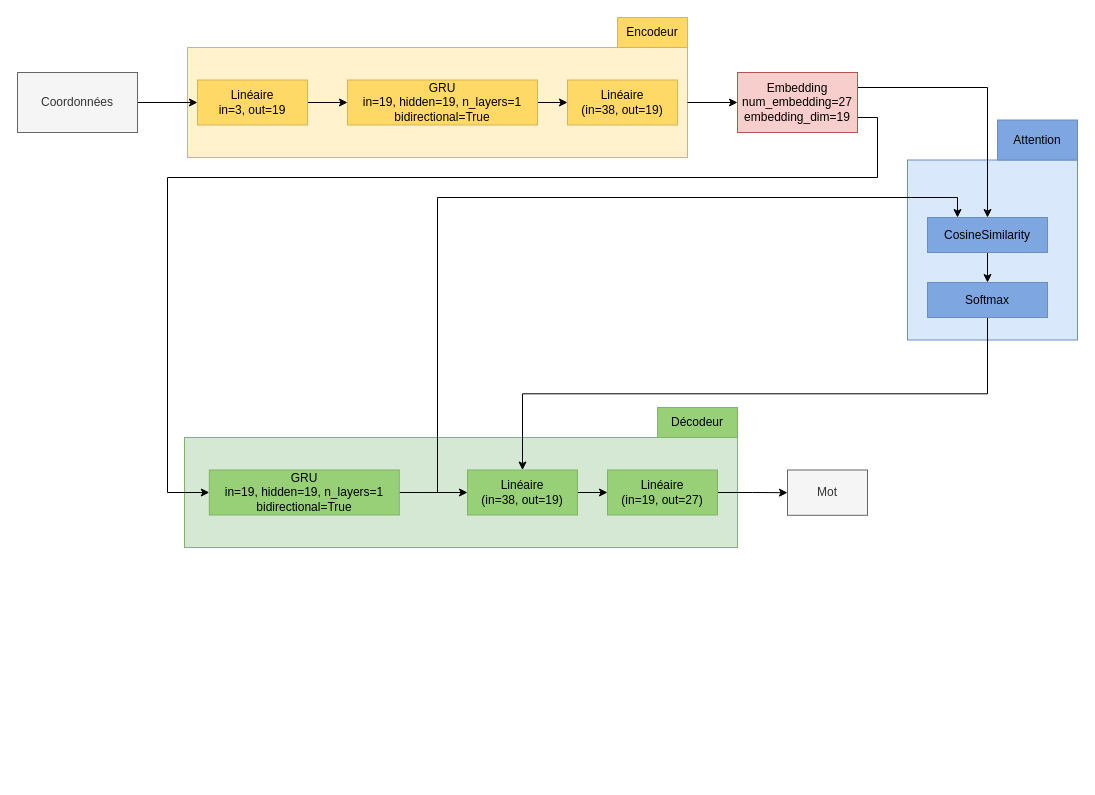
Before: schémabloc.drawio in MathiasGagnon/GRO722, a draw.io diagram. Source tidied: cells renumbered, new cells numbered last; positions are measured from the earlier drawing's top-left corner, leaving out a move shared by most shapes. Both pictures are drawn from the tidied source at 100%, with x=0, y=0 at pixel (17, 17).
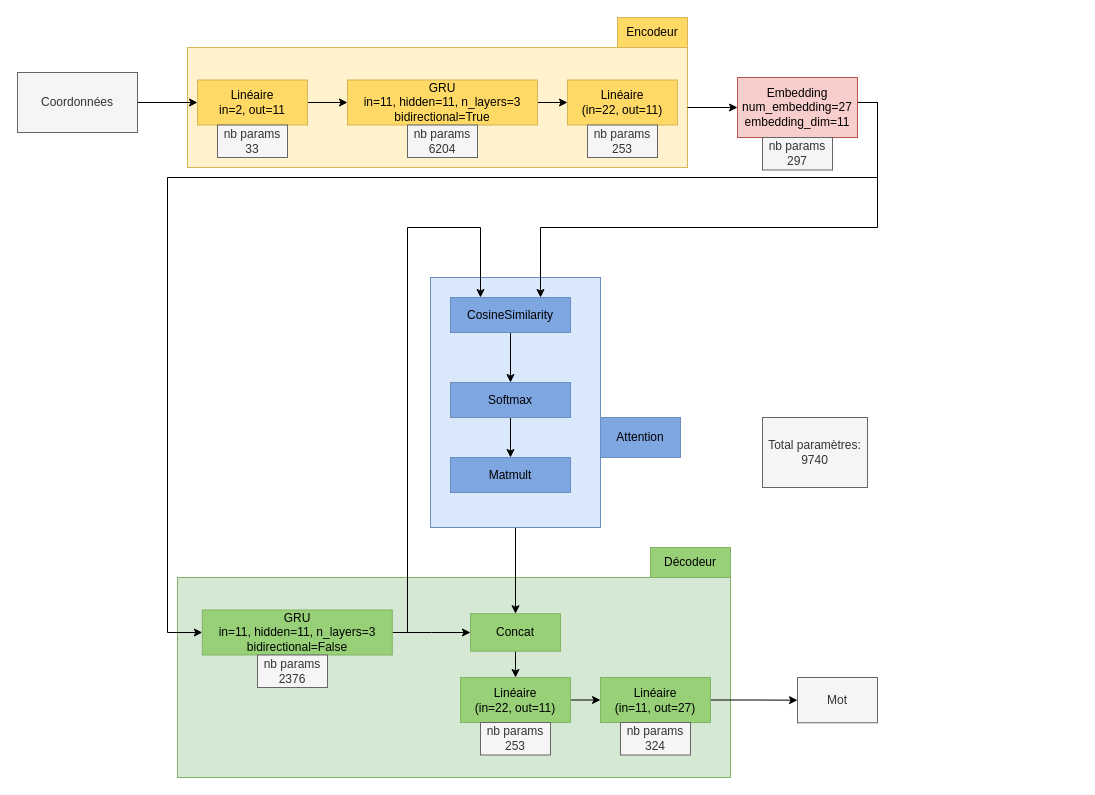
Above is the later version.

Diff of the diagram source:
```diff
@@
+    <mxCell id="6" style="rounded=0;whiteSpace=wrap;html=1;fillColor=#d5e8d4;strokeColor=#82b366;" parent="1" vertex="1">
+      <mxGeometry x="160" y="560" width="553" height="200" as="geometry" />
+    </mxCell>
+    <mxCell id="31" style="edgeStyle=orthogonalEdgeStyle;rounded=0;jettySize=auto;html=1;entryX=0.5;entryY=0;entryDx=0;entryDy=0;" parent="1" edge="1" source="2" target="35">
+      <mxGeometry relative="1" as="geometry" />
+    </mxCell>
     <mxCell id="2" style="rounded=0;whiteSpace=wrap;html=1;fillColor=#dae8fc;strokeColor=#6c8ebf;" parent="1" vertex="1">
-      <mxGeometry x="890" y="142.5" width="170" height="180" as="geometry" />
+      <mxGeometry x="413" y="260" width="170" height="250" as="geometry" />
     </mxCell>
@@
     <mxCell id="4" value="Décodeur" style="rounded=0;whiteSpace=wrap;html=1;strokeColor=#82b366;fillColor=#97D077;" parent="1" vertex="1">
-      <mxGeometry x="640" y="390" width="80" height="30" as="geometry" />
+      <mxGeometry x="633" y="530" width="80" height="30" as="geometry" />
     </mxCell>
     <mxCell id="5" style="rounded=0;whiteSpace=wrap;html=1;fillColor=#fff2cc;strokeColor=#d6b656;" parent="1" vertex="1">
-      <mxGeometry x="170" y="30" width="500" height="110" as="geometry" />
+      <mxGeometry x="170" y="30" width="500" height="120" as="geometry" />
     </mxCell>
-    <mxCell id="6" style="rounded=0;whiteSpace=wrap;html=1;fillColor=#d5e8d4;strokeColor=#82b366;" parent="1" vertex="1">
-      <mxGeometry x="167" y="420" width="553" height="110" as="geometry" />
-    </mxCell>
     <mxCell id="7" value="Attention" style="rounded=0;whiteSpace=wrap;html=1;strokeColor=#6c8ebf;fillColor=#7EA6E0;" parent="1" vertex="1">
-      <mxGeometry x="980" y="102.5" width="80" height="40" as="geometry" />
+      <mxGeometry x="583" y="400" width="80" height="40" as="geometry" />
     </mxCell>
@@
-    <mxCell id="9" value="Linéaire&lt;br&gt;in=3, out=19" style="rounded=0;whiteSpace=wrap;html=1;strokeColor=#d6b656;fillColor=#FFD966;" parent="1" vertex="1">
+    <mxCell id="9" value="Linéaire&lt;br&gt;in=2, out=11" style="rounded=0;whiteSpace=wrap;html=1;strokeColor=#d6b656;fillColor=#FFD966;" parent="1" vertex="1">
       <mxGeometry x="180" y="62.5" width="110" height="45" as="geometry" />
     </mxCell>
@@
-    <mxCell id="11" value="GRU&lt;br&gt;in=19, hidden=19, n_layers=1&lt;br&gt;bidirectional=True" style="rounded=0;whiteSpace=wrap;html=1;strokeColor=#d6b656;fillColor=#FFD966;" parent="1" vertex="1">
+    <mxCell id="11" value="GRU&lt;br&gt;in=11, hidden=11, n_layers=3&lt;br&gt;bidirectional=True" style="rounded=0;whiteSpace=wrap;html=1;strokeColor=#d6b656;fillColor=#FFD966;" parent="1" vertex="1">
       <mxGeometry x="330" y="62.5" width="190" height="45" as="geometry" />
     </mxCell>
-    <mxCell id="12" value="Linéaire&lt;br&gt;(in=38, out=19)" style="rounded=0;whiteSpace=wrap;html=1;strokeColor=#d6b656;fillColor=#FFD966;" parent="1" vertex="1">
+    <mxCell id="12" value="Linéaire&lt;br&gt;(in=22, out=11)" style="rounded=0;whiteSpace=wrap;html=1;strokeColor=#d6b656;fillColor=#FFD966;" parent="1" vertex="1">
       <mxGeometry x="550" y="62.5" width="110" height="45" as="geometry" />
     </mxCell>
@@
+    <mxCell id="15" style="edgeStyle=orthogonalEdgeStyle;rounded=0;jettySize=auto;html=1;exitX=1;exitY=0.5;exitDx=0;exitDy=0;entryX=0;entryY=0.5;entryDx=0;entryDy=0;" parent="1" edge="1" source="16" target="19">
+      <mxGeometry relative="1" as="geometry">
+        <Array as="points">
+          <mxPoint x="860" y="85" />
+          <mxPoint x="860" y="160" />
+          <mxPoint x="150" y="160" />
+          <mxPoint x="150" y="615" />
+        </Array>
+      </mxGeometry>
+    </mxCell>
-    <mxCell id="14" style="edgeStyle=orthogonalEdgeStyle;rounded=0;jettySize=auto;html=1;exitX=1;exitY=0.25;exitDx=0;exitDy=0;entryX=0.5;entryY=0;entryDx=0;entryDy=0;" parent="1" edge="1" source="16" target="25">
-      <mxGeometry relative="1" as="geometry" />
+    <mxCell id="14" style="edgeStyle=orthogonalEdgeStyle;rounded=0;jettySize=auto;html=1;exitX=1;exitY=0.5;exitDx=0;exitDy=0;entryX=0.75;entryY=0;entryDx=0;entryDy=0;" parent="1" edge="1" source="16" target="25">
+      <mxGeometry relative="1" as="geometry">
+        <Array as="points">
+          <mxPoint x="860" y="85" />
+          <mxPoint x="860" y="210" />
+          <mxPoint x="523" y="210" />
+        </Array>
+      </mxGeometry>
     </mxCell>
-    <mxCell id="15" style="edgeStyle=orthogonalEdgeStyle;rounded=0;jettySize=auto;html=1;exitX=1;exitY=0.75;exitDx=0;exitDy=0;entryX=0;entryY=0.5;entryDx=0;entryDy=0;" parent="1" edge="1" source="16" target="19">
-      <mxGeometry relative="1" as="geometry">
-        <Array as="points">
-          <mxPoint x="860" y="100" />
-          <mxPoint x="860" y="160" />
-          <mxPoint x="150" y="160" />
-          <mxPoint x="150" y="475" />
-        </Array>
-      </mxGeometry>
-    </mxCell>
-    <mxCell id="16" value="Embedding&lt;br&gt;num_embedding=27&lt;br&gt;embedding_dim=19" style="rounded=0;whiteSpace=wrap;html=1;fillColor=#f8cecc;strokeColor=#b85450;" parent="1" vertex="1">
-      <mxGeometry x="720" y="55" width="120" height="60" as="geometry" />
+    <mxCell id="16" value="Embedding&lt;br&gt;num_embedding=27&lt;br&gt;embedding_dim=11" style="rounded=0;whiteSpace=wrap;html=1;fillColor=#f8cecc;strokeColor=#b85450;" parent="1" vertex="1">
+      <mxGeometry x="720" y="60" width="120" height="60" as="geometry" />
     </mxCell>
-    <mxCell id="17" style="edgeStyle=orthogonalEdgeStyle;rounded=0;jettySize=auto;html=1;exitX=1;exitY=0.5;exitDx=0;exitDy=0;entryX=0;entryY=0.5;entryDx=0;entryDy=0;" parent="1" edge="1" source="19" target="21">
-      <mxGeometry relative="1" as="geometry" />
-    </mxCell>
     <mxCell id="18" style="edgeStyle=orthogonalEdgeStyle;rounded=0;jettySize=auto;html=1;exitX=1;exitY=0.5;exitDx=0;exitDy=0;entryX=0.25;entryY=0;entryDx=0;entryDy=0;" parent="1" edge="1" source="19" target="25">
       <mxGeometry relative="1" as="geometry">
         <Array as="points">
-          <mxPoint x="420" y="475" />
-          <mxPoint x="420" y="180" />
-          <mxPoint x="940" y="180" />
+          <mxPoint x="390" y="615" />
+          <mxPoint x="390" y="210" />
+          <mxPoint x="463" y="210" />
         </Array>
       </mxGeometry>
     </mxCell>
+    <mxCell id="32" style="edgeStyle=orthogonalEdgeStyle;rounded=0;jettySize=auto;html=1;exitX=1;exitY=0.5;exitDx=0;exitDy=0;" parent="1" edge="1" source="19" target="35">
+      <mxGeometry relative="1" as="geometry" />
+    </mxCell>
-    <mxCell id="19" value="GRU&lt;br&gt;in=19, hidden=19, n_layers=1&lt;br&gt;bidirectional=True" style="rounded=0;whiteSpace=wrap;html=1;strokeColor=#82b366;fillColor=#97D077;" parent="1" vertex="1">
-      <mxGeometry x="191.8" y="452.5" width="190" height="45" as="geometry" />
+    <mxCell id="19" value="GRU&lt;br&gt;in=11, hidden=11, n_layers=3&lt;br&gt;bidirectional=False" style="rounded=0;whiteSpace=wrap;html=1;strokeColor=#82b366;fillColor=#97D077;" parent="1" vertex="1">
+      <mxGeometry x="184.8" y="592.5" width="190" height="45" as="geometry" />
     </mxCell>
@@
-    <mxCell id="21" value="Linéaire&lt;br&gt;(in=38, out=19)" style="rounded=0;whiteSpace=wrap;html=1;strokeColor=#82b366;fillColor=#97D077;" parent="1" vertex="1">
-      <mxGeometry x="450" y="452.5" width="110" height="45" as="geometry" />
+    <mxCell id="21" value="Linéaire&lt;br&gt;(in=22, out=11)" style="rounded=0;whiteSpace=wrap;html=1;strokeColor=#82b366;fillColor=#97D077;" parent="1" vertex="1">
+      <mxGeometry x="443" y="660" width="110" height="45" as="geometry" />
     </mxCell>
@@
-    <mxCell id="23" value="Linéaire&lt;br&gt;(in=19, out=27)" style="rounded=0;whiteSpace=wrap;html=1;strokeColor=#82b366;fillColor=#97D077;" parent="1" vertex="1">
-      <mxGeometry x="590" y="452.5" width="110" height="45" as="geometry" />
+    <mxCell id="23" value="Linéaire&lt;br&gt;(in=11, out=27)" style="rounded=0;whiteSpace=wrap;html=1;strokeColor=#82b366;fillColor=#97D077;" parent="1" vertex="1">
+      <mxGeometry x="583" y="660" width="110" height="45" as="geometry" />
     </mxCell>
@@
     <mxCell id="25" value="CosineSimilarity" style="rounded=0;whiteSpace=wrap;html=1;strokeColor=#6c8ebf;fillColor=#7EA6E0;" parent="1" vertex="1">
-      <mxGeometry x="910" y="200" width="120" height="35" as="geometry" />
+      <mxGeometry x="433" y="280" width="120" height="35" as="geometry" />
     </mxCell>
-    <mxCell id="26" style="edgeStyle=orthogonalEdgeStyle;rounded=0;jettySize=auto;html=1;exitX=0.5;exitY=1;exitDx=0;exitDy=0;entryX=0.5;entryY=0;entryDx=0;entryDy=0;" parent="1" edge="1" source="27" target="21">
-      <mxGeometry relative="1" as="geometry" />
-    </mxCell>
+    <mxCell id="33" style="edgeStyle=orthogonalEdgeStyle;rounded=0;jettySize=auto;html=1;exitX=0.5;exitY=1;exitDx=0;exitDy=0;entryX=0.5;entryY=0;entryDx=0;entryDy=0;" parent="1" edge="1" source="27" target="40">
+      <mxGeometry relative="1" as="geometry" />
+    </mxCell>
     <mxCell id="27" value="Softmax" style="rounded=0;whiteSpace=wrap;html=1;strokeColor=#6c8ebf;fillColor=#7EA6E0;" parent="1" vertex="1">
-      <mxGeometry x="910" y="265" width="120" height="35" as="geometry" />
+      <mxGeometry x="433" y="365" width="120" height="35" as="geometry" />
     </mxCell>
     <mxCell id="28" value="Mot" style="rounded=0;whiteSpace=wrap;html=1;fillColor=#f5f5f5;strokeColor=#666666;fontColor=#333333;" parent="1" vertex="1">
-      <mxGeometry x="770" y="452.5" width="80" height="45.3" as="geometry" />
+      <mxGeometry x="780" y="660" width="80" height="45.3" as="geometry" />
     </mxCell>
@@
+    <mxCell id="34" style="edgeStyle=orthogonalEdgeStyle;rounded=0;jettySize=auto;html=1;exitX=0.5;exitY=1;exitDx=0;exitDy=0;entryX=0.5;entryY=0;entryDx=0;entryDy=0;" parent="1" edge="1" source="35" target="21">
+      <mxGeometry relative="1" as="geometry" />
+    </mxCell>
+    <mxCell id="35" value="Concat" style="rounded=0;whiteSpace=wrap;html=1;strokeColor=#82b366;fillColor=#97D077;" parent="1" vertex="1">
+      <mxGeometry x="453" y="596.2" width="90" height="37.5" as="geometry" />
+    </mxCell>
+    <mxCell id="36" value="nb params&lt;div&gt;33&lt;/div&gt;" style="rounded=0;whiteSpace=wrap;html=1;fillColor=#f5f5f5;fontColor=#333333;strokeColor=#666666;" parent="1" vertex="1">
+      <mxGeometry x="200" y="107.5" width="70" height="32.5" as="geometry" />
+    </mxCell>
+    <mxCell id="37" value="nb params&lt;div&gt;6204&lt;/div&gt;" style="rounded=0;whiteSpace=wrap;html=1;fillColor=#f5f5f5;fontColor=#333333;strokeColor=#666666;" parent="1" vertex="1">
+      <mxGeometry x="390" y="107.5" width="70" height="32.5" as="geometry" />
+    </mxCell>
+    <mxCell id="38" value="nb params&lt;div&gt;253&lt;/div&gt;" style="rounded=0;whiteSpace=wrap;html=1;fillColor=#f5f5f5;fontColor=#333333;strokeColor=#666666;" parent="1" vertex="1">
+      <mxGeometry x="570" y="107.5" width="70" height="32.5" as="geometry" />
+    </mxCell>
+    <mxCell id="39" value="nb params&lt;div&gt;297&lt;/div&gt;" style="rounded=0;whiteSpace=wrap;html=1;fillColor=#f5f5f5;fontColor=#333333;strokeColor=#666666;" parent="1" vertex="1">
+      <mxGeometry x="745" y="120" width="70" height="32.5" as="geometry" />
+    </mxCell>
+    <mxCell id="40" value="Matmult" style="rounded=0;whiteSpace=wrap;html=1;strokeColor=#6c8ebf;fillColor=#7EA6E0;" parent="1" vertex="1">
+      <mxGeometry x="433" y="440" width="120" height="35" as="geometry" />
+    </mxCell>
+    <mxCell id="41" value="nb params&lt;div&gt;2376&lt;/div&gt;" style="rounded=0;whiteSpace=wrap;html=1;fillColor=#f5f5f5;fontColor=#333333;strokeColor=#666666;" parent="1" vertex="1">
+      <mxGeometry x="240" y="637.5" width="70" height="32.5" as="geometry" />
+    </mxCell>
+    <mxCell id="42" value="nb params&lt;div&gt;253&lt;/div&gt;" style="rounded=0;whiteSpace=wrap;html=1;fillColor=#f5f5f5;fontColor=#333333;strokeColor=#666666;" parent="1" vertex="1">
+      <mxGeometry x="463" y="705" width="70" height="32.5" as="geometry" />
+    </mxCell>
+    <mxCell id="43" value="nb params&lt;div&gt;324&lt;/div&gt;" style="rounded=0;whiteSpace=wrap;html=1;fillColor=#f5f5f5;fontColor=#333333;strokeColor=#666666;" parent="1" vertex="1">
+      <mxGeometry x="603" y="705" width="70" height="32.5" as="geometry" />
+    </mxCell>
+    <mxCell id="44" value="Total paramètres:&lt;div&gt;9740&lt;/div&gt;" style="rounded=0;whiteSpace=wrap;html=1;fillColor=#f5f5f5;fontColor=#333333;strokeColor=#666666;" parent="1" vertex="1">
+      <mxGeometry x="745" y="400" width="105" height="70" as="geometry" />
+    </mxCell>
```
